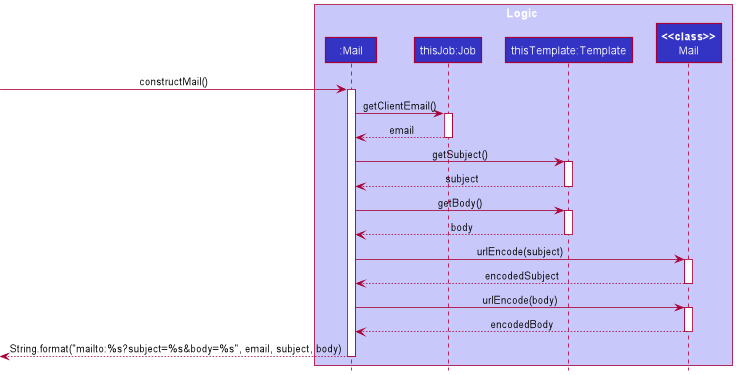
Before: docs/images/mail/MailUrlSequenceDiagram.png, a diagram exported from PlantUML (ooawagaeri/tp). Source of this version:
```plantuml
@startuml
!include ../style.puml

box Logic LOGIC_COLOR_T1
participant ":Mail" as Mail LOGIC_COLOR
participant "thisJob:Job" as Job LOGIC_COLOR
participant "thisTemplate:Template" as Template LOGIC_COLOR
participant "**<<class>>**\nMail" as MailClass LOGIC_COLOR
end box
[-> Mail : constructMail()
activate Mail

Mail -> Job : getClientEmail()
activate Job
Job --> Mail : email
deactivate Job

Mail -> Template : getSubject()
activate Template
Template --> Mail : subject
deactivate Template

Mail -> Template : getBody()
activate Template
Template --> Mail : body
deactivate Template

Mail -> MailClass : urlEncode(subject)
activate MailClass
MailClass --> Mail : encodedSubject
deactivate MailClass

Mail -> MailClass : urlEncode(body)
activate MailClass
MailClass --> Mail : encodedBody
deactivate MailClass

[<--Mail : String.format("mailto:%s?subject=%s&body=%s", email, subject, body)
deactivate Mail
@enduml
```
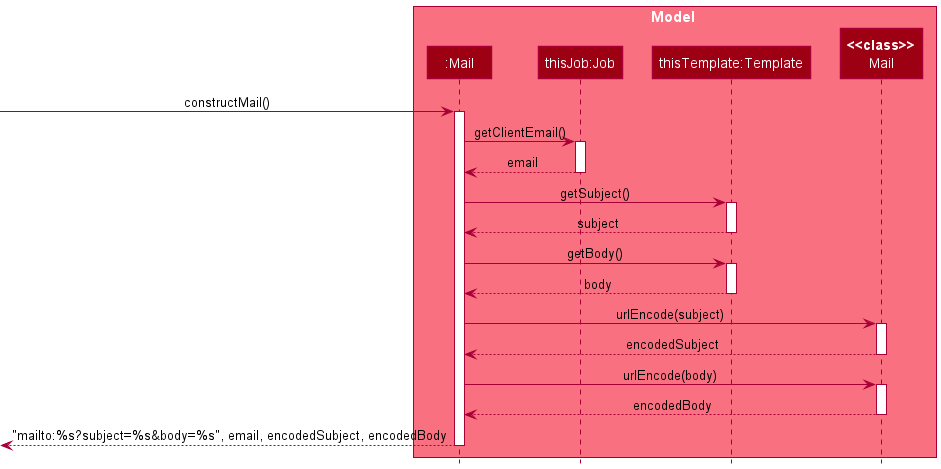
After the commit.

Commit message:
Fix Mail Sequence Diagram Color

Change to the diagram source:
```diff
@@ -1,11 +1,11 @@
 @startuml
 !include ../style.puml
 
-box Logic LOGIC_COLOR_T1
-participant ":Mail" as Mail LOGIC_COLOR
-participant "thisJob:Job" as Job LOGIC_COLOR
-participant "thisTemplate:Template" as Template LOGIC_COLOR
-participant "**<<class>>**\nMail" as MailClass LOGIC_COLOR
+box Model MODEL_COLOR_T1
+participant ":Mail" as Mail MODEL_COLOR
+participant "thisJob:Job" as Job MODEL_COLOR
+participant "thisTemplate:Template" as Template MODEL_COLOR
+participant "**<<class>>**\nMail" as MailClass MODEL_COLOR
 end box
 [-> Mail : constructMail()
 activate Mail
@@ -35,6 +35,6 @@
 MailClass --> Mail : encodedBody
 deactivate MailClass
 
-[<--Mail : String.format("mailto:%s?subject=%s&body=%s", email, subject, body)
+[<--Mail : "mailto:%s?subject=%s&body=%s", email, encodedSubject, encodedBody
 deactivate Mail
 @enduml
```
